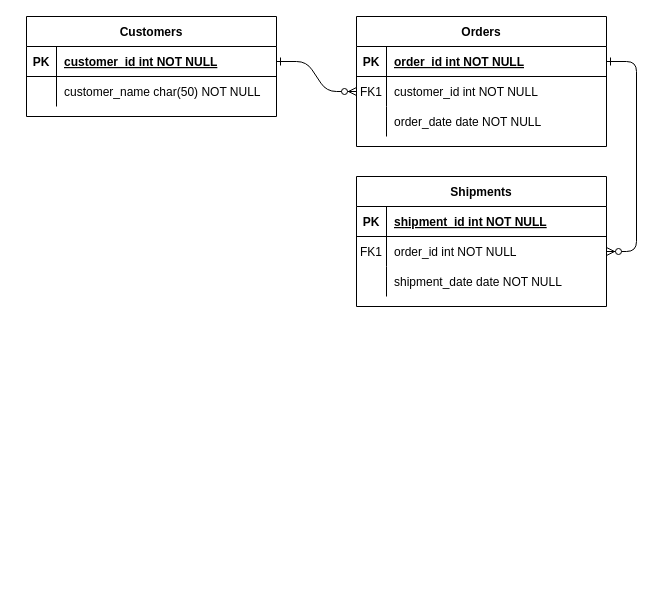
Earlier version of the draw.io diagram Diagrama sin título.drawio (PaulRiveraC/kraveDev). Source tidied: cells renumbered, new cells numbered last; positions are measured from the earlier drawing's top-left corner, leaving out a move shared by most shapes. Both pictures are drawn from the tidied source at 100%, with x=0, y=0 at pixel (26, 16).
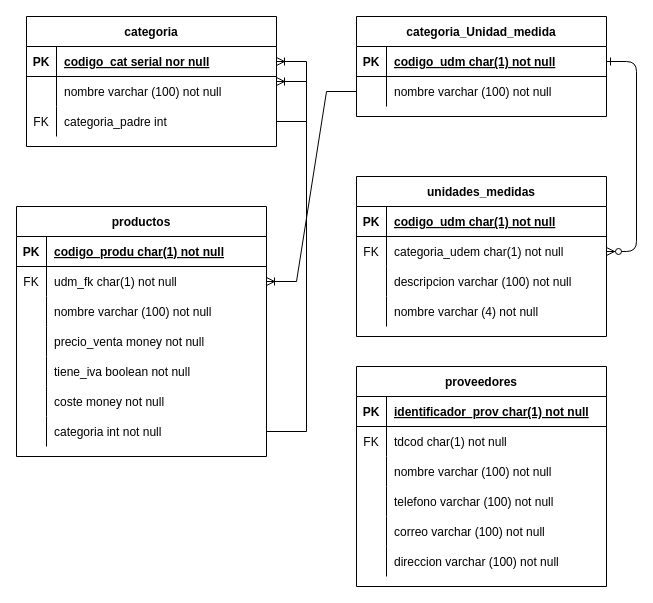
Above is the later version.

The change refers to these unchanged cells:
```xml
<mxCell id="5" style="shape=partialRectangle;fillColor=none;points=[[0,0.5],[1,0.5]];portConstraint=eastwest;top=0;left=0;right=0;bottom=1;" parent="4" vertex="1">
  <mxGeometry y="30" width="250" height="30" as="geometry" />
</mxCell>
<mxCell id="15" style="shape=partialRectangle;fillColor=none;top=0;left=0;right=0;bottom=1;" parent="14" vertex="1">
  <mxGeometry y="30" width="250" height="30" as="geometry" />
</mxCell>
<mxCell id="18" style="shape=partialRectangle;fillColor=none;points=[[0,0.5],[1,0.5]];portConstraint=eastwest;top=0;left=0;right=0;bottom=0;" parent="14" vertex="1">
  <mxGeometry y="60" width="250" height="30" as="geometry" />
</mxCell>
<mxCell id="21" style="shape=partialRectangle;fillColor=none;top=0;left=0;right=0;bottom=0;" parent="14" vertex="1">
  <mxGeometry y="90" width="250" height="30" as="geometry" />
</mxCell>
<mxCell id="25" style="shape=partialRectangle;fillColor=none;points=[[0,0.5],[1,0.5]];portConstraint=eastwest;top=0;left=0;right=0;bottom=1;" parent="24" vertex="1">
  <mxGeometry y="30" width="250" height="30" as="geometry" />
</mxCell>
<mxCell id="28" style="shape=partialRectangle;fillColor=none;top=0;left=0;right=0;bottom=0;" parent="24" vertex="1">
  <mxGeometry y="60" width="250" height="30" as="geometry" />
</mxCell>
```

Diff of the diagram source:
```diff
@@
-    <mxCell id="2" style="edgeStyle=entityRelationEdgeStyle;endArrow=ERzeroToMany;startArrow=ERone;endFill=1;startFill=0;" parent="1" edge="1" source="25" target="8">
-      <mxGeometry relative="1" as="geometry" />
-    </mxCell>
@@
-    <mxCell id="4" value="Orders" style="shape=table;startSize=30;childLayout=tableLayout;rowLines=0;fontStyle=1;align=center;" parent="1" vertex="1">
-      <mxGeometry x="330" width="250" height="130" as="geometry" />
+    <mxCell id="4" value="categoria_Unidad_medida" style="shape=table;startSize=30;childLayout=tableLayout;rowLines=0;fontStyle=1;align=center;" parent="1" vertex="1">
+      <mxGeometry x="330" width="250" height="100" as="geometry" />
     </mxCell>
@@
-    <mxCell id="7" value="order_id int NOT NULL " style="shape=partialRectangle;overflow=hidden;fillColor=none;top=0;left=0;bottom=0;right=0;align=left;spacingLeft=6;fontStyle=5;" parent="5" vertex="1">
+    <mxCell id="7" value="codigo_udm char(1) not null" style="shape=partialRectangle;overflow=hidden;fillColor=none;top=0;left=0;bottom=0;right=0;align=left;spacingLeft=6;fontStyle=5;" parent="5" vertex="1">
       <mxGeometry x="30" width="220" height="30" as="geometry" />
     </mxCell>
-    <mxCell id="8" style="shape=partialRectangle;fillColor=none;points=[[0,0.5],[1,0.5]];portConstraint=eastwest;top=0;left=0;right=0;bottom=0;" parent="4" vertex="1">
-      <mxGeometry y="60" width="250" height="30" as="geometry" />
-    </mxCell>
-    <mxCell id="9" value="FK1" style="shape=partialRectangle;overflow=hidden;fillColor=none;top=0;left=0;bottom=0;right=0;" parent="8" vertex="1">
-      <mxGeometry width="30" height="30" as="geometry" />
-    </mxCell>
-    <mxCell id="10" value="customer_id int NOT NULL" style="shape=partialRectangle;overflow=hidden;fillColor=none;top=0;left=0;bottom=0;right=0;align=left;spacingLeft=6;" parent="8" vertex="1">
-      <mxGeometry x="30" width="220" height="30" as="geometry" />
-    </mxCell>
     <mxCell id="11" style="shape=partialRectangle;fillColor=none;points=[[0,0.5],[1,0.5]];portConstraint=eastwest;top=0;left=0;right=0;bottom=0;" parent="4" vertex="1">
-      <mxGeometry y="90" width="250" height="30" as="geometry" />
+      <mxGeometry y="60" width="250" height="30" as="geometry" />
     </mxCell>
@@
-    <mxCell id="13" value="order_date date NOT NULL" style="shape=partialRectangle;overflow=hidden;fillColor=none;top=0;left=0;bottom=0;right=0;align=left;spacingLeft=6;" parent="11" vertex="1">
+    <mxCell id="13" value="nombre varchar (100) not null" style="shape=partialRectangle;overflow=hidden;fillColor=none;top=0;left=0;bottom=0;right=0;align=left;spacingLeft=6;" parent="11" vertex="1">
       <mxGeometry x="30" width="220" height="30" as="geometry" />
     </mxCell>
-    <mxCell id="14" value="Shipments" style="shape=table;startSize=30;childLayout=tableLayout;rowLines=0;fontStyle=1;align=center;" parent="1" vertex="1">
-      <mxGeometry x="330" y="160" width="250" height="130" as="geometry" />
+    <mxCell id="14" value="unidades_medidas" style="shape=table;startSize=30;childLayout=tableLayout;rowLines=0;fontStyle=1;align=center;" parent="1" vertex="1">
+      <mxGeometry x="330" y="160" width="250" height="160" as="geometry" />
     </mxCell>
@@
-    <mxCell id="17" value="shipment_id int NOT NULL " style="shape=partialRectangle;overflow=hidden;fillColor=none;top=0;left=0;bottom=0;right=0;align=left;spacingLeft=6;fontStyle=5;" parent="15" vertex="1">
+    <mxCell id="17" value="codigo_udm char(1) not null" style="shape=partialRectangle;overflow=hidden;fillColor=none;top=0;left=0;bottom=0;right=0;align=left;spacingLeft=6;fontStyle=5;" parent="15" vertex="1">
       <mxGeometry x="30" width="220" height="30" as="geometry" />
     </mxCell>
@@
-    <mxCell id="19" value="FK1" style="shape=partialRectangle;overflow=hidden;fillColor=none;top=0;left=0;bottom=0;right=0;" parent="18" vertex="1">
+    <mxCell id="19" value="FK" style="shape=partialRectangle;overflow=hidden;fillColor=none;top=0;left=0;bottom=0;right=0;" parent="18" vertex="1">
       <mxGeometry width="30" height="30" as="geometry" />
     </mxCell>
-    <mxCell id="20" value="order_id int NOT NULL" style="shape=partialRectangle;overflow=hidden;fillColor=none;top=0;left=0;bottom=0;right=0;align=left;spacingLeft=6;" parent="18" vertex="1">
+    <mxCell id="20" value="categoria_udem char(1) not null" style="shape=partialRectangle;overflow=hidden;fillColor=none;top=0;left=0;bottom=0;right=0;align=left;spacingLeft=6;" parent="18" vertex="1">
       <mxGeometry x="30" width="220" height="30" as="geometry" />
     </mxCell>
@@
-    <mxCell id="23" value="shipment_date date NOT NULL" style="shape=partialRectangle;overflow=hidden;fillColor=none;top=0;left=0;bottom=0;right=0;align=left;spacingLeft=6;" parent="21" vertex="1">
+    <mxCell id="23" value="descripcion varchar (100) not null" style="shape=partialRectangle;overflow=hidden;fillColor=none;top=0;left=0;bottom=0;right=0;align=left;spacingLeft=6;" parent="21" vertex="1">
       <mxGeometry x="30" width="220" height="30" as="geometry" />
     </mxCell>
+    <mxCell id="31" style="shape=partialRectangle;fillColor=none;top=0;left=0;right=0;bottom=0;" parent="14" vertex="1">
+      <mxGeometry y="120" width="250" height="30" as="geometry" />
+    </mxCell>
+    <mxCell id="32" style="shape=partialRectangle;overflow=hidden;fillColor=none;top=0;left=0;bottom=0;right=0;" parent="31" vertex="1">
+      <mxGeometry width="30" height="30" as="geometry" />
+    </mxCell>
+    <mxCell id="33" value="nombre varchar (4) not null" style="shape=partialRectangle;overflow=hidden;fillColor=none;top=0;left=0;bottom=0;right=0;align=left;spacingLeft=6;" parent="31" vertex="1">
+      <mxGeometry x="30" width="220" height="30" as="geometry" />
+    </mxCell>
-    <mxCell id="24" value="Customers" style="shape=table;startSize=30;childLayout=tableLayout;rowLines=0;fontStyle=1;align=center;" parent="1" vertex="1">
-      <mxGeometry width="250" height="100" as="geometry" />
+    <mxCell id="24" value="categoria" style="shape=table;startSize=30;childLayout=tableLayout;rowLines=0;fontStyle=1;align=center;" parent="1" vertex="1">
+      <mxGeometry width="250" height="130" as="geometry" />
     </mxCell>
@@
-    <mxCell id="27" value="customer_id int NOT NULL " style="shape=partialRectangle;overflow=hidden;fillColor=none;top=0;left=0;bottom=0;right=0;align=left;spacingLeft=6;fontStyle=5;" parent="25" vertex="1">
+    <mxCell id="27" value="codigo_cat serial nor null" style="shape=partialRectangle;overflow=hidden;fillColor=none;top=0;left=0;bottom=0;right=0;align=left;spacingLeft=6;fontStyle=5;" parent="25" vertex="1">
       <mxGeometry x="30" width="220" height="30" as="geometry" />
     </mxCell>
@@
-    <mxCell id="30" value="customer_name char(50) NOT NULL" style="shape=partialRectangle;overflow=hidden;fillColor=none;top=0;left=0;bottom=0;right=0;align=left;spacingLeft=6;" parent="28" vertex="1">
+    <mxCell id="30" value="nombre varchar (100) not null" style="shape=partialRectangle;overflow=hidden;fillColor=none;top=0;left=0;bottom=0;right=0;align=left;spacingLeft=6;" parent="28" vertex="1">
       <mxGeometry x="30" width="220" height="30" as="geometry" />
     </mxCell>
+    <mxCell id="34" style="shape=partialRectangle;fillColor=none;points=[[0,0.5],[1,0.5]];portConstraint=eastwest;top=0;left=0;right=0;bottom=0;" parent="24" vertex="1">
+      <mxGeometry y="90" width="250" height="30" as="geometry" />
+    </mxCell>
+    <mxCell id="35" value="FK" style="shape=partialRectangle;overflow=hidden;fillColor=none;top=0;left=0;bottom=0;right=0;" parent="34" vertex="1">
+      <mxGeometry width="30" height="30" as="geometry" />
+    </mxCell>
+    <mxCell id="36" value="categoria_padre int" style="shape=partialRectangle;overflow=hidden;fillColor=none;top=0;left=0;bottom=0;right=0;align=left;spacingLeft=6;" parent="34" vertex="1">
+      <mxGeometry x="30" width="220" height="30" as="geometry" />
+    </mxCell>
+    <mxCell id="37" style="edgeStyle=entityRelationEdgeStyle;fontSize=12;html=1;endArrow=ERoneToMany;rounded=0;entryX=1;entryY=0.5;entryDx=0;entryDy=0;" parent="24" edge="1" source="34" target="25">
+      <mxGeometry relative="1" as="geometry" />
+    </mxCell>
+    <mxCell id="38" value="productos" style="shape=table;startSize=30;childLayout=tableLayout;rowLines=0;fontStyle=1;align=center;" parent="1" vertex="1">
+      <mxGeometry x="-10" y="190" width="250" height="250" as="geometry" />
+    </mxCell>
+    <mxCell id="39" style="shape=partialRectangle;fillColor=none;top=0;left=0;right=0;bottom=1;" parent="38" vertex="1">
+      <mxGeometry y="30" width="250" height="30" as="geometry" />
+    </mxCell>
+    <mxCell id="40" value="PK" style="shape=partialRectangle;overflow=hidden;fillColor=none;top=0;left=0;bottom=0;right=0;fontStyle=1;" parent="39" vertex="1">
+      <mxGeometry width="30" height="30" as="geometry" />
+    </mxCell>
+    <mxCell id="41" value="codigo_produ char(1) not null" style="shape=partialRectangle;overflow=hidden;fillColor=none;top=0;left=0;bottom=0;right=0;align=left;spacingLeft=6;fontStyle=5;" parent="39" vertex="1">
+      <mxGeometry x="30" width="220" height="30" as="geometry" />
+    </mxCell>
+    <mxCell id="42" style="shape=partialRectangle;fillColor=none;points=[[0,0.5],[1,0.5]];portConstraint=eastwest;top=0;left=0;right=0;bottom=0;" parent="38" vertex="1">
+      <mxGeometry y="60" width="250" height="30" as="geometry" />
+    </mxCell>
+    <mxCell id="43" value="FK" style="shape=partialRectangle;overflow=hidden;fillColor=none;top=0;left=0;bottom=0;right=0;" parent="42" vertex="1">
+      <mxGeometry width="30" height="30" as="geometry" />
+    </mxCell>
+    <mxCell id="44" value="udm_fk char(1) not null" style="shape=partialRectangle;overflow=hidden;fillColor=none;top=0;left=0;bottom=0;right=0;align=left;spacingLeft=6;" parent="42" vertex="1">
+      <mxGeometry x="30" width="220" height="30" as="geometry" />
+    </mxCell>
+    <mxCell id="45" style="shape=partialRectangle;fillColor=none;top=0;left=0;right=0;bottom=0;" parent="38" vertex="1">
+      <mxGeometry y="90" width="250" height="30" as="geometry" />
+    </mxCell>
+    <mxCell id="46" style="shape=partialRectangle;overflow=hidden;fillColor=none;top=0;left=0;bottom=0;right=0;" parent="45" vertex="1">
+      <mxGeometry width="30" height="30" as="geometry" />
+    </mxCell>
+    <mxCell id="47" value="nombre varchar (100) not null" style="shape=partialRectangle;overflow=hidden;fillColor=none;top=0;left=0;bottom=0;right=0;align=left;spacingLeft=6;" parent="45" vertex="1">
+      <mxGeometry x="30" width="220" height="30" as="geometry" />
+    </mxCell>
+    <mxCell id="48" style="shape=partialRectangle;fillColor=none;top=0;left=0;right=0;bottom=0;" parent="38" vertex="1">
+      <mxGeometry y="120" width="250" height="30" as="geometry" />
+    </mxCell>
+    <mxCell id="49" style="shape=partialRectangle;overflow=hidden;fillColor=none;top=0;left=0;bottom=0;right=0;" parent="48" vertex="1">
+      <mxGeometry width="30" height="30" as="geometry" />
+    </mxCell>
+    <mxCell id="50" value="precio_venta money not null" style="shape=partialRectangle;overflow=hidden;fillColor=none;top=0;left=0;bottom=0;right=0;align=left;spacingLeft=6;" parent="48" vertex="1">
+      <mxGeometry x="30" width="220" height="30" as="geometry" />
+    </mxCell>
+    <mxCell id="51" style="shape=partialRectangle;fillColor=none;top=0;left=0;right=0;bottom=0;" parent="38" vertex="1">
+      <mxGeometry y="150" width="250" height="30" as="geometry" />
+    </mxCell>
+    <mxCell id="52" style="shape=partialRectangle;overflow=hidden;fillColor=none;top=0;left=0;bottom=0;right=0;" parent="51" vertex="1">
+      <mxGeometry width="30" height="30" as="geometry" />
+    </mxCell>
+    <mxCell id="53" value="tiene_iva boolean not null" style="shape=partialRectangle;overflow=hidden;fillColor=none;top=0;left=0;bottom=0;right=0;align=left;spacingLeft=6;" parent="51" vertex="1">
+      <mxGeometry x="30" width="220" height="30" as="geometry" />
+    </mxCell>
+    <mxCell id="54" style="shape=partialRectangle;fillColor=none;top=0;left=0;right=0;bottom=0;" parent="38" vertex="1">
+      <mxGeometry y="180" width="250" height="30" as="geometry" />
+    </mxCell>
+    <mxCell id="55" style="shape=partialRectangle;overflow=hidden;fillColor=none;top=0;left=0;bottom=0;right=0;" parent="54" vertex="1">
+      <mxGeometry width="30" height="30" as="geometry" />
+    </mxCell>
+    <mxCell id="56" value="coste money not null" style="shape=partialRectangle;overflow=hidden;fillColor=none;top=0;left=0;bottom=0;right=0;align=left;spacingLeft=6;" parent="54" vertex="1">
+      <mxGeometry x="30" width="220" height="30" as="geometry" />
+    </mxCell>
+    <mxCell id="57" style="shape=partialRectangle;fillColor=none;points=[[0,0.5],[1,0.5]];portConstraint=eastwest;top=0;left=0;right=0;bottom=0;" parent="38" vertex="1">
+      <mxGeometry y="210" width="250" height="30" as="geometry" />
+    </mxCell>
+    <mxCell id="58" style="shape=partialRectangle;overflow=hidden;fillColor=none;top=0;left=0;bottom=0;right=0;" parent="57" vertex="1">
+      <mxGeometry width="30" height="30" as="geometry" />
+    </mxCell>
+    <mxCell id="59" value="categoria int not null" style="shape=partialRectangle;overflow=hidden;fillColor=none;top=0;left=0;bottom=0;right=0;align=left;spacingLeft=6;" parent="57" vertex="1">
+      <mxGeometry x="30" width="220" height="30" as="geometry" />
+    </mxCell>
+    <mxCell id="60" style="edgeStyle=entityRelationEdgeStyle;fontSize=12;html=1;endArrow=ERoneToMany;rounded=0;" parent="1" edge="1" source="11" target="42">
+      <mxGeometry relative="1" as="geometry" />
+    </mxCell>
+    <mxCell id="61" style="edgeStyle=entityRelationEdgeStyle;fontSize=12;html=1;endArrow=ERoneToMany;rounded=0;" parent="1" edge="1" source="57" target="24">
+      <mxGeometry relative="1" as="geometry" />
+    </mxCell>
+    <mxCell id="62" value="proveedores" style="shape=table;startSize=30;childLayout=tableLayout;rowLines=0;fontStyle=1;align=center;" parent="1" vertex="1">
+      <mxGeometry x="330" y="350" width="250" height="220" as="geometry" />
+    </mxCell>
+    <mxCell id="63" style="shape=partialRectangle;fillColor=none;top=0;left=0;right=0;bottom=1;" parent="62" vertex="1">
+      <mxGeometry y="30" width="250" height="30" as="geometry" />
+    </mxCell>
+    <mxCell id="64" value="PK" style="shape=partialRectangle;overflow=hidden;fillColor=none;top=0;left=0;bottom=0;right=0;fontStyle=1;" parent="63" vertex="1">
+      <mxGeometry width="30" height="30" as="geometry" />
+    </mxCell>
+    <mxCell id="65" value="identificador_prov char(1) not null" style="shape=partialRectangle;overflow=hidden;fillColor=none;top=0;left=0;bottom=0;right=0;align=left;spacingLeft=6;fontStyle=5;" parent="63" vertex="1">
+      <mxGeometry x="30" width="220" height="30" as="geometry" />
+    </mxCell>
+    <mxCell id="66" style="shape=partialRectangle;fillColor=none;top=0;left=0;right=0;bottom=0;" parent="62" vertex="1">
+      <mxGeometry y="60" width="250" height="30" as="geometry" />
+    </mxCell>
+    <mxCell id="67" value="FK" style="shape=partialRectangle;overflow=hidden;fillColor=none;top=0;left=0;bottom=0;right=0;" parent="66" vertex="1">
+      <mxGeometry width="30" height="30" as="geometry" />
+    </mxCell>
+    <mxCell id="68" value="tdcod char(1) not null" style="shape=partialRectangle;overflow=hidden;fillColor=none;top=0;left=0;bottom=0;right=0;align=left;spacingLeft=6;" parent="66" vertex="1">
+      <mxGeometry x="30" width="220" height="30" as="geometry" />
+    </mxCell>
+    <mxCell id="69" style="shape=partialRectangle;fillColor=none;top=0;left=0;right=0;bottom=0;" parent="62" vertex="1">
+      <mxGeometry y="90" width="250" height="30" as="geometry" />
+    </mxCell>
+    <mxCell id="70" style="shape=partialRectangle;overflow=hidden;fillColor=none;top=0;left=0;bottom=0;right=0;" parent="69" vertex="1">
+      <mxGeometry width="30" height="30" as="geometry" />
+    </mxCell>
+    <mxCell id="71" value="nombre varchar (100) not null" style="shape=partialRectangle;overflow=hidden;fillColor=none;top=0;left=0;bottom=0;right=0;align=left;spacingLeft=6;" parent="69" vertex="1">
+      <mxGeometry x="30" width="220" height="30" as="geometry" />
+    </mxCell>
+    <mxCell id="72" style="shape=partialRectangle;fillColor=none;top=0;left=0;right=0;bottom=0;" parent="62" vertex="1">
+      <mxGeometry y="120" width="250" height="30" as="geometry" />
+    </mxCell>
+    <mxCell id="73" style="shape=partialRectangle;overflow=hidden;fillColor=none;top=0;left=0;bottom=0;right=0;" parent="72" vertex="1">
+      <mxGeometry width="30" height="30" as="geometry" />
+    </mxCell>
+    <mxCell id="74" value="telefono varchar (100) not null" style="shape=partialRectangle;overflow=hidden;fillColor=none;top=0;left=0;bottom=0;right=0;align=left;spacingLeft=6;" parent="72" vertex="1">
+      <mxGeometry x="30" width="220" height="30" as="geometry" />
+    </mxCell>
+    <mxCell id="75" style="shape=partialRectangle;fillColor=none;top=0;left=0;right=0;bottom=0;" parent="62" vertex="1">
+      <mxGeometry y="150" width="250" height="30" as="geometry" />
+    </mxCell>
+    <mxCell id="76" style="shape=partialRectangle;overflow=hidden;fillColor=none;top=0;left=0;bottom=0;right=0;" parent="75" vertex="1">
+      <mxGeometry width="30" height="30" as="geometry" />
+    </mxCell>
+    <mxCell id="77" value="correo varchar (100) not null" style="shape=partialRectangle;overflow=hidden;fillColor=none;top=0;left=0;bottom=0;right=0;align=left;spacingLeft=6;" parent="75" vertex="1">
+      <mxGeometry x="30" width="220" height="30" as="geometry" />
+    </mxCell>
+    <mxCell id="78" style="shape=partialRectangle;fillColor=none;top=0;left=0;right=0;bottom=0;" parent="62" vertex="1">
+      <mxGeometry y="180" width="250" height="30" as="geometry" />
+    </mxCell>
+    <mxCell id="79" style="shape=partialRectangle;overflow=hidden;fillColor=none;top=0;left=0;bottom=0;right=0;" parent="78" vertex="1">
+      <mxGeometry width="30" height="30" as="geometry" />
+    </mxCell>
+    <mxCell id="80" value="direccion varchar (100) not null" style="shape=partialRectangle;overflow=hidden;fillColor=none;top=0;left=0;bottom=0;right=0;align=left;spacingLeft=6;" parent="78" vertex="1">
+      <mxGeometry x="30" width="220" height="30" as="geometry" />
+    </mxCell>
```
